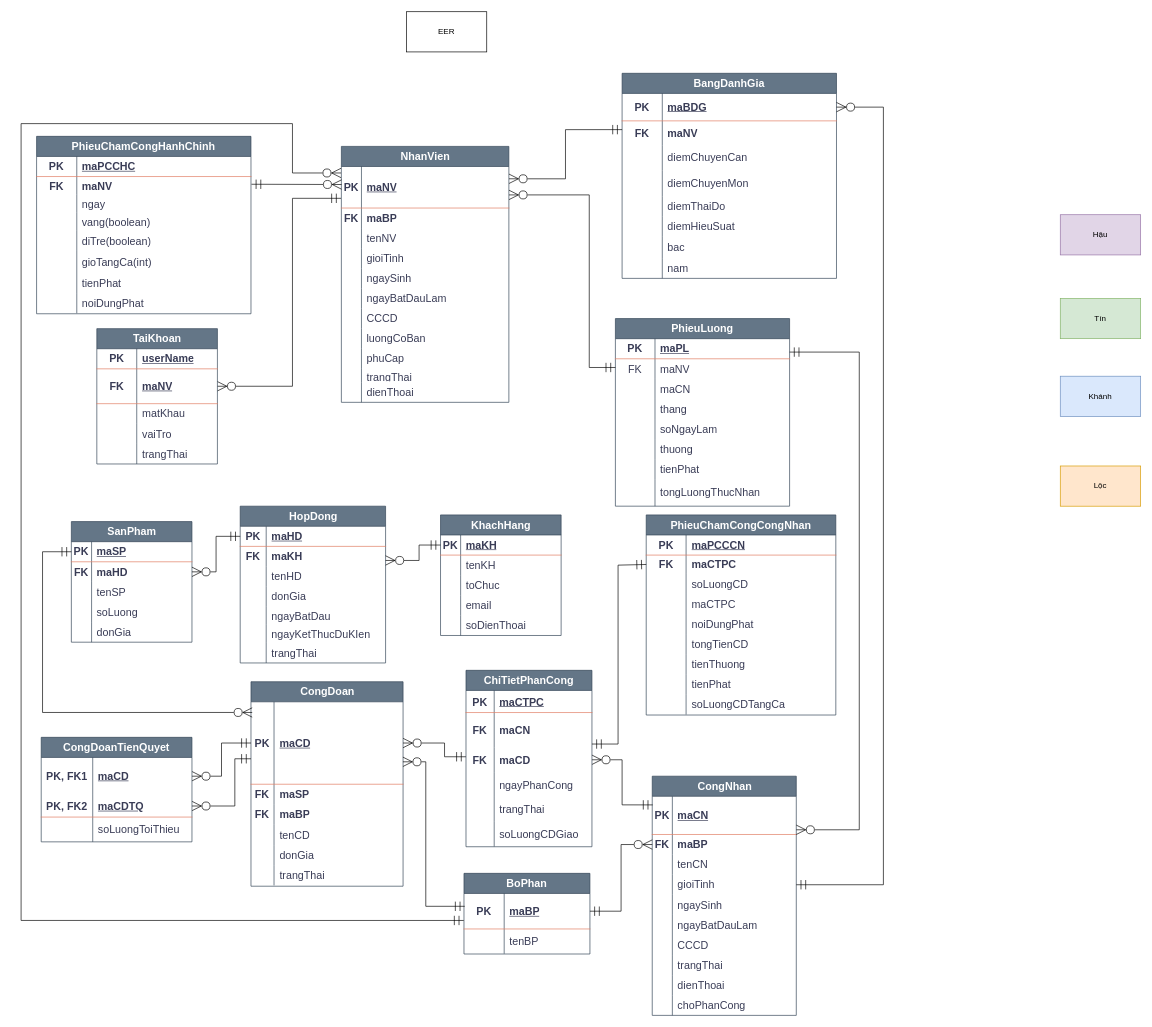
Above: page "ERD" (1 of 3) of diagrams/diagrams.drawio in TomTom2k/-management-of-a-ceramic-processing-company (draw.io), before the change. Source tidied: cells renumbered, new cells numbered last; positions are measured from the earlier drawing's top-left corner, leaving out a move shared by most shapes. Both pictures are drawn from the tidied source at 67%, with x=0, y=0 at pixel (21, 11).
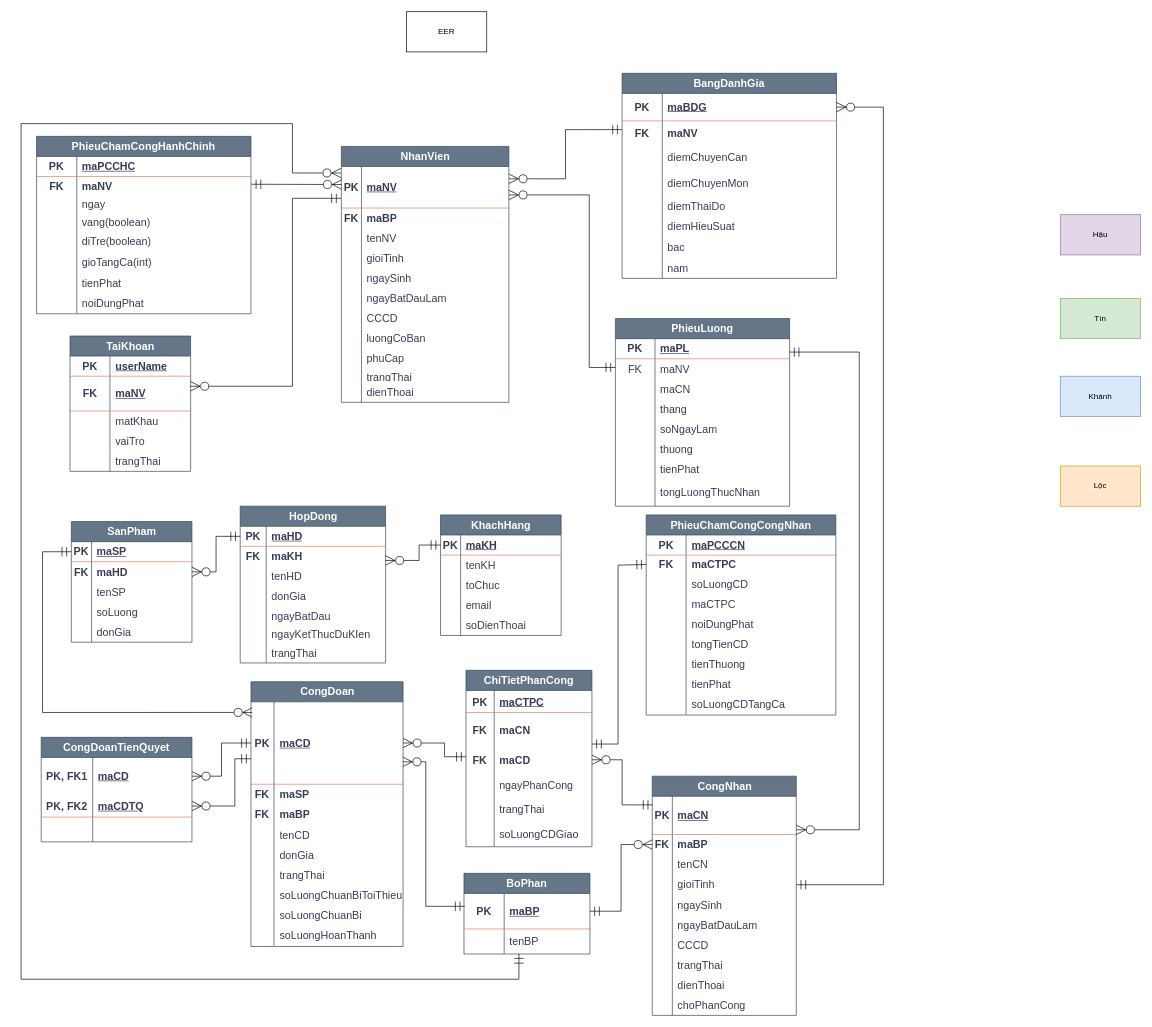
The same diagram, later.

Unchanged cells that the change refers to:
```xml
<mxCell id="135" style="shape=tableRow;horizontal=0;startSize=0;swimlaneHead=0;swimlaneBody=0;fillColor=none;points=[[0,0.5],[1,0.5]];portConstraint=eastwest;top=0;left=0;right=0;bottom=1;labelBackgroundColor=none;strokeColor=#E07A5F;fontColor=#393C56;fontSize=16;" parent="134" vertex="1">
  <mxGeometry y="30" width="250" height="62" as="geometry" />
</mxCell>
<mxCell id="198" style="shape=tableRow;horizontal=0;startSize=0;swimlaneHead=0;swimlaneBody=0;fillColor=none;points=[[0,0.5],[1,0.5]];portConstraint=eastwest;top=0;left=0;right=0;bottom=1;labelBackgroundColor=none;strokeColor=#E07A5F;fontColor=#393C56;fontSize=16;" parent="194" vertex="1">
  <mxGeometry y="60" width="180" height="52" as="geometry" />
</mxCell>
<mxCell id="246" style="shape=tableRow;horizontal=0;startSize=0;swimlaneHead=0;swimlaneBody=0;fillColor=none;top=0;left=0;right=0;bottom=0;html=1;labelBackgroundColor=none;strokeColor=#E07A5F;fontColor=#393C56;fontSize=16;" parent="239" vertex="1">
  <mxGeometry y="119" width="225" height="37" as="geometry" />
</mxCell>
<mxCell id="308" style="shape=tableRow;horizontal=0;startSize=0;swimlaneHead=0;swimlaneBody=0;fillColor=none;points=[[0,0.5],[1,0.5]];portConstraint=eastwest;top=0;left=0;right=0;bottom=1;html=1;labelBackgroundColor=none;strokeColor=#E07A5F;fontColor=#393C56;fontSize=16;" parent="307" vertex="1">
  <mxGeometry y="30" width="188" height="53" as="geometry" />
</mxCell>
<mxCell id="311" style="shape=tableRow;horizontal=0;startSize=0;swimlaneHead=0;swimlaneBody=0;fillColor=none;points=[[0,0.5],[1,0.5]];portConstraint=eastwest;top=0;left=0;right=0;bottom=0;html=1;labelBackgroundColor=none;strokeColor=#E07A5F;fontColor=#393C56;fontSize=16;" parent="307" vertex="1">
  <mxGeometry y="83" width="188" height="37" as="geometry" />
</mxCell>
```

The edit, as a diff of the source:
```diff
@@
     <mxCell id="87" value="CongDoan" style="shape=table;startSize=30;childLayout=tableLayout;rowLines=0;fontStyle=1;align=center;html=1;labelBackgroundColor=none;fillColor=#647687;strokeColor=#314354;fontSize=16;fontColor=#ffffff;" parent="1" vertex="1">
-      <mxGeometry x="343.1" y="1000" width="227" height="305.2" as="geometry" />
+      <mxGeometry x="343.1" y="1000" width="227" height="395.2" as="geometry" />
     </mxCell>
@@
+    <mxCell id="317" style="shape=tableRow;horizontal=0;startSize=0;swimlaneHead=0;swimlaneBody=0;fillColor=none;top=0;left=0;right=0;bottom=0;labelBackgroundColor=none;strokeColor=#E07A5F;fontColor=#393C56;fontSize=16;" parent="87" vertex="1">
+      <mxGeometry y="304" width="227" height="30" as="geometry" />
+    </mxCell>
+    <mxCell id="318" style="shape=partialRectangle;fillColor=none;top=0;left=0;bottom=0;right=0;overflow=hidden;whiteSpace=wrap;html=1;labelBackgroundColor=none;strokeColor=#E07A5F;fontColor=#393C56;fontSize=16;" parent="317" vertex="1">
+      <mxGeometry width="34.4" height="30" as="geometry" />
+    </mxCell>
+    <mxCell id="319" value="soLuongChuanBiToiThieu" style="shape=partialRectangle;fillColor=none;top=0;left=0;bottom=0;right=0;align=left;spacingLeft=6;overflow=hidden;whiteSpace=wrap;html=1;labelBackgroundColor=none;strokeColor=#E07A5F;fontColor=#393C56;fontSize=16;" parent="317" vertex="1">
+      <mxGeometry x="34.4" width="192.6" height="30" as="geometry" />
+    </mxCell>
+    <mxCell id="320" style="shape=tableRow;horizontal=0;startSize=0;swimlaneHead=0;swimlaneBody=0;fillColor=none;top=0;left=0;right=0;bottom=0;labelBackgroundColor=none;strokeColor=#E07A5F;fontColor=#393C56;fontSize=16;" parent="87" vertex="1">
+      <mxGeometry y="334" width="227" height="30" as="geometry" />
+    </mxCell>
+    <mxCell id="321" style="shape=partialRectangle;fillColor=none;top=0;left=0;bottom=0;right=0;overflow=hidden;whiteSpace=wrap;html=1;labelBackgroundColor=none;strokeColor=#E07A5F;fontColor=#393C56;fontSize=16;" parent="320" vertex="1">
+      <mxGeometry width="34.4" height="30" as="geometry" />
+    </mxCell>
+    <mxCell id="322" value="soLuongChuanBi" style="shape=partialRectangle;fillColor=none;top=0;left=0;bottom=0;right=0;align=left;spacingLeft=6;overflow=hidden;whiteSpace=wrap;html=1;labelBackgroundColor=none;strokeColor=#E07A5F;fontColor=#393C56;fontSize=16;" parent="320" vertex="1">
+      <mxGeometry x="34.4" width="192.6" height="30" as="geometry" />
+    </mxCell>
+    <mxCell id="323" style="shape=tableRow;horizontal=0;startSize=0;swimlaneHead=0;swimlaneBody=0;fillColor=none;top=0;left=0;right=0;bottom=0;labelBackgroundColor=none;strokeColor=#E07A5F;fontColor=#393C56;fontSize=16;" parent="87" vertex="1">
+      <mxGeometry y="364" width="227" height="30" as="geometry" />
+    </mxCell>
+    <mxCell id="324" style="shape=partialRectangle;fillColor=none;top=0;left=0;bottom=0;right=0;overflow=hidden;whiteSpace=wrap;html=1;labelBackgroundColor=none;strokeColor=#E07A5F;fontColor=#393C56;fontSize=16;" parent="323" vertex="1">
+      <mxGeometry width="34.4" height="30" as="geometry" />
+    </mxCell>
+    <mxCell id="325" value="soLuongHoanThanh" style="shape=partialRectangle;fillColor=none;top=0;left=0;bottom=0;right=0;align=left;spacingLeft=6;overflow=hidden;whiteSpace=wrap;html=1;labelBackgroundColor=none;strokeColor=#E07A5F;fontColor=#393C56;fontSize=16;" parent="323" vertex="1">
+      <mxGeometry x="34.4" width="192.6" height="30" as="geometry" />
+    </mxCell>
@@
-    <mxCell id="193" style="rounded=0;jettySize=auto;html=1;startArrow=ERzeroToMany;startFill=0;endArrow=ERmandOne;endFill=0;labelBackgroundColor=none;fontColor=default;strokeColor=#000000;fontSize=16;endSize=12;startSize=12;exitX=1;exitY=0.5;exitDx=0;exitDy=0;entryX=-0.002;entryY=0.766;entryDx=0;entryDy=0;entryPerimeter=0;edgeStyle=orthogonalEdgeStyle;" parent="1" edge="1" source="198" target="135">
+    <mxCell id="193" style="rounded=0;jettySize=auto;html=1;startArrow=ERzeroToMany;startFill=0;endArrow=ERmandOne;endFill=0;labelBackgroundColor=none;fontColor=default;strokeColor=#000000;fontSize=16;endSize=12;startSize=12;entryX=-0.002;entryY=0.766;entryDx=0;entryDy=0;entryPerimeter=0;edgeStyle=orthogonalEdgeStyle;" parent="1" edge="1" source="198" target="135">
       <mxGeometry relative="1" as="geometry">
         <Array as="points">
           <mxPoint x="405" y="559" />
           <mxPoint x="405" y="279" />
         </Array>
       </mxGeometry>
     </mxCell>
     <mxCell id="194" value="TaiKhoan" style="shape=table;startSize=30;childLayout=tableLayout;rowLines=0;fontStyle=1;align=center;html=1;labelBackgroundColor=none;fillColor=#647687;strokeColor=#314354;fontColor=#ffffff;fontSize=16;" parent="1" vertex="1">
-      <mxGeometry x="113" y="473" width="180" height="202" as="geometry" />
+      <mxGeometry x="73" y="484" width="180" height="202" as="geometry" />
     </mxCell>
@@
-    <mxCell id="248" value="soLuongToiThieu" style="shape=partialRectangle;fillColor=none;top=0;left=0;bottom=0;right=0;align=left;spacingLeft=6;overflow=hidden;html=1;whiteSpace=wrap;labelBackgroundColor=none;strokeColor=#E07A5F;fontColor=#393C56;fontSize=16;" parent="246" vertex="1">
+    <mxCell id="248" style="shape=partialRectangle;fillColor=none;top=0;left=0;bottom=0;right=0;align=left;spacingLeft=6;overflow=hidden;html=1;whiteSpace=wrap;labelBackgroundColor=none;strokeColor=#E07A5F;fontColor=#393C56;fontSize=16;" parent="246" vertex="1">
       <mxGeometry x="76.9" width="148.1" height="37" as="geometry" />
     </mxCell>
@@
-    <mxCell id="316" style="rounded=0;jettySize=auto;html=1;startArrow=ERzeroToMany;startFill=0;endArrow=ERmandOne;endFill=0;labelBackgroundColor=none;strokeColor=#000000;fontColor=default;fontSize=16;endSize=12;startSize=12;exitX=-0.002;exitY=0.156;exitDx=0;exitDy=0;exitPerimeter=0;entryX=-0.002;entryY=0.761;entryDx=0;entryDy=0;entryPerimeter=0;edgeStyle=orthogonalEdgeStyle;" parent="1" edge="1" source="135" target="308">
+    <mxCell id="316" style="rounded=0;jettySize=auto;html=1;startArrow=ERzeroToMany;startFill=0;endArrow=ERmandOne;endFill=0;labelBackgroundColor=none;strokeColor=#000000;fontColor=default;fontSize=16;endSize=12;startSize=12;exitX=-0.002;exitY=0.156;exitDx=0;exitDy=0;exitPerimeter=0;edgeStyle=orthogonalEdgeStyle;" parent="1" edge="1" source="135" target="311">
       <mxGeometry relative="1" as="geometry">
         <Array as="points">
           <mxPoint x="405" y="241" />
           <mxPoint x="405" y="167" />
           <mxPoint y="167" />
-          <mxPoint y="1356" />
+          <mxPoint y="1444" />
+          <mxPoint x="743" y="1444" />
         </Array>
       </mxGeometry>
     </mxCell>
```
